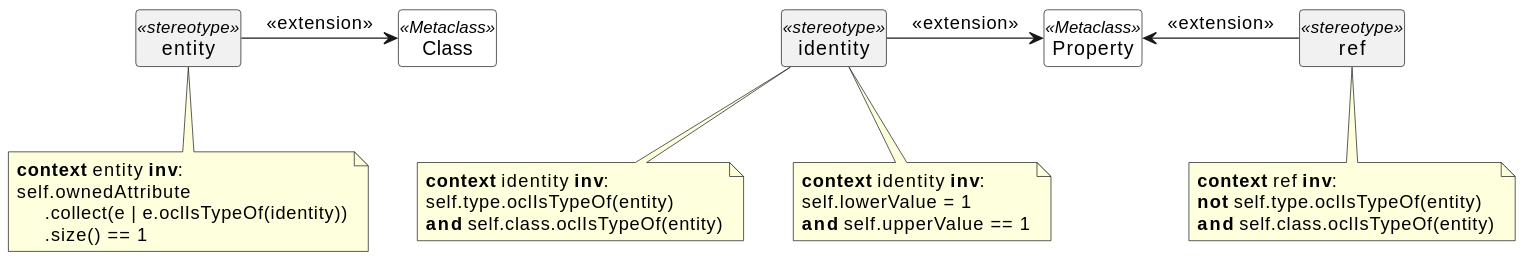
The PlantUML diagram docs/uml-profile-entity.svg in sdm-lang/tree-sitter-sdml, before a commit.
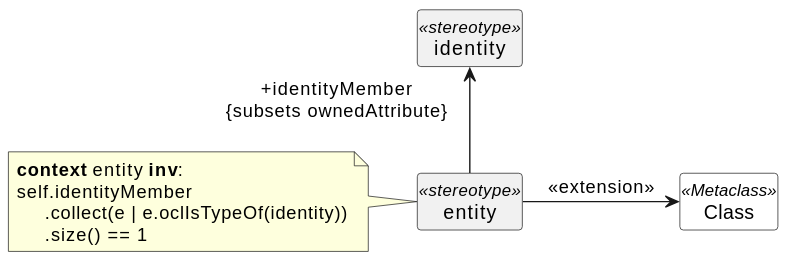
The same file after the commit.

What changed in the source:
```diff
@@ -1,27 +1,14 @@
 @startuml
+skinparam backgroundColor transparent
 hide circle
 hide members
 
+class identity <<stereotype>> {}
 class Class <<Metaclass>> #white {}
 class entity <<stereotype>> {}
-entity -> Class: <<extension>>
+entity -u-> "+identityMember\n{subsets ownedAttribute}" identity
+entity -r-> Class: <<extension>>
 
-class Property <<Metaclass>> #white {}
-class identity <<stereotype>> {}
-identity -> Property: <<extension>>
-
-note "**context** identity **inv**:\nself.type.oclIsTypeOf(entity)\n**and** self.class.oclIsTypeOf(entity)" as idtynote
-identity .. idtynote
-
-note "**context** identity **inv**:\nself.lowerValue = 1\n**and** self.upperValue == 1" as cardnote
-identity .. cardnote
-
-note "**context** entity **inv**:\nself.ownedAttribute\n     .collect(e | e.oclIsTypeOf(identity))\n     .size() == 1" as idnote
-entity .. idnote
-
-class ref <<stereotype>> {}
-Property <- ref: <<extension>>
-
-note "**context** ref **inv**:\n**not** self.type.oclIsTypeOf(entity)\n**and** self.class.oclIsTypeOf(entity)" as refnote
-ref .. refnote
+note "**context** entity **inv**:\nself.identityMember\n     .collect(e | e.oclIsTypeOf(identity))\n     .size() == 1" as idnote
+entity .l. idnote
 @enduml
```
